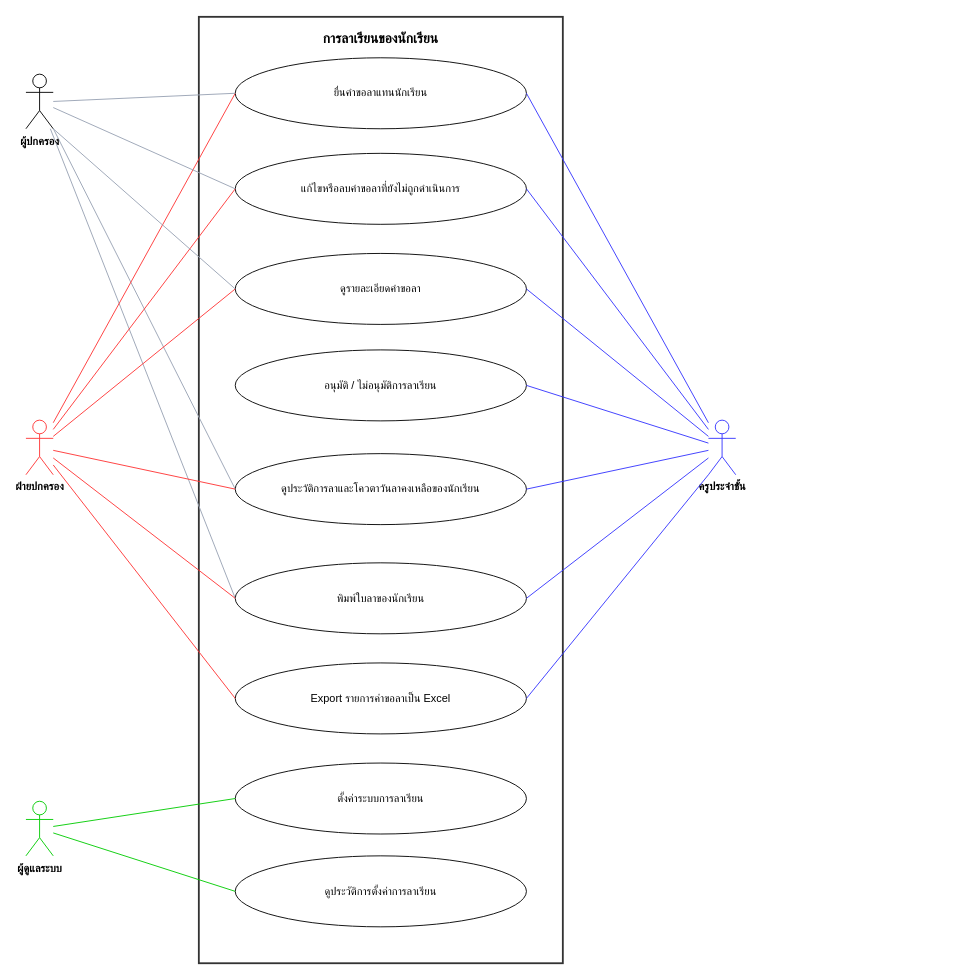
RealTiraqmisu/SchoolDark keeps this draw.io diagram as page "การลาเรียนของนักเรียน" (5 of 6) of uxui-merged/schooldark/usecase.drawio. Above is the earlier version. Source tidied: cells renumbered, new cells numbered last; positions are measured from the earlier drawing's top-left corner, leaving out a move shared by most shapes. Both pictures are drawn from the tidied source at 91%, with x=0, y=0 at pixel (25, 16).
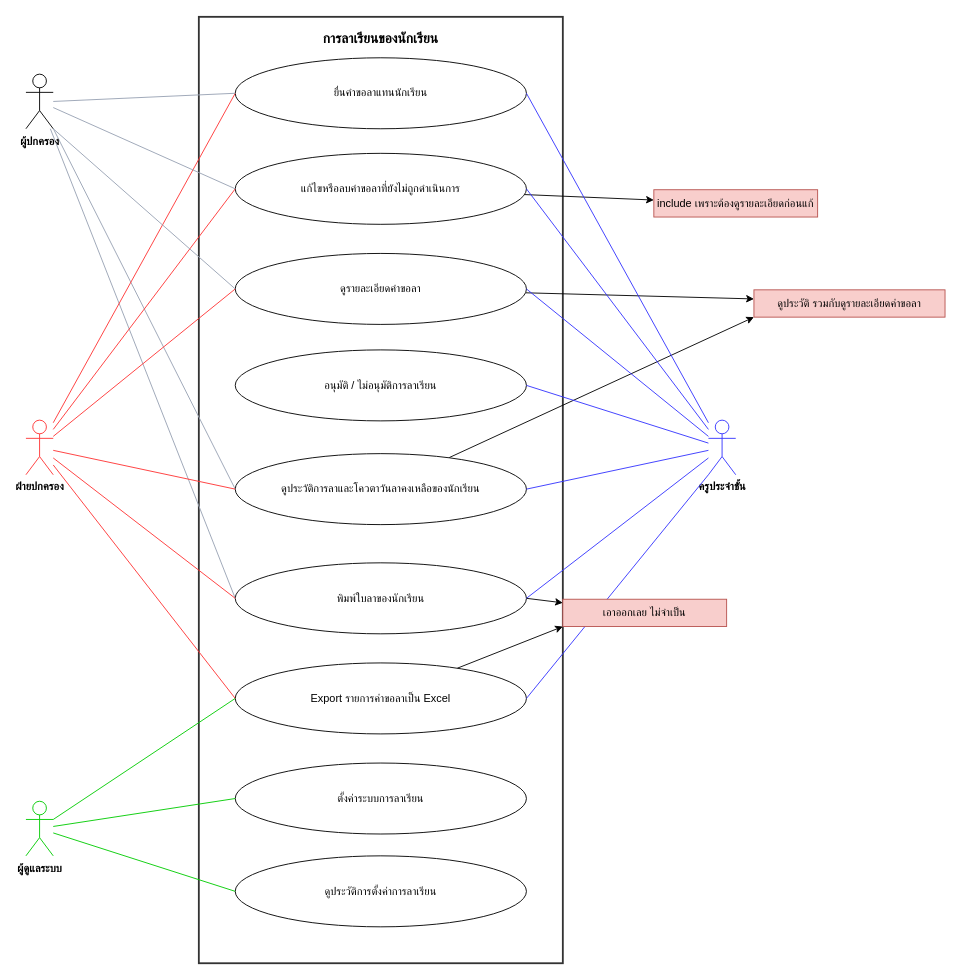
Above is the later version.

The change refers to these unchanged cells:
```xml
<mxCell id="4" value="แก้ไขหรือลบคำขอลาที่ยังไม่ถูกดำเนินการ" style="ellipse;whiteSpace=wrap;html=1;fontSize=12;spacing=10;" parent="1" vertex="1">
  <mxGeometry x="230" y="150" width="320" height="78" as="geometry" />
</mxCell>
<mxCell id="6" value="ดูรายละเอียดคำขอลา" style="ellipse;whiteSpace=wrap;html=1;fontSize=12;spacing=10;" parent="1" vertex="1">
  <mxGeometry x="230" y="260" width="320" height="78" as="geometry" />
</mxCell>
<mxCell id="7" value="ดูประวัติการลาและโควตาวันลาคงเหลือของนักเรียน" style="ellipse;whiteSpace=wrap;html=1;fontSize=12;spacing=10;" parent="1" vertex="1">
  <mxGeometry x="230" y="480" width="320" height="78" as="geometry" />
</mxCell>
<mxCell id="8" value="พิมพ์ใบลาของนักเรียน" style="ellipse;whiteSpace=wrap;html=1;fontSize=12;spacing=10;" parent="1" vertex="1">
  <mxGeometry x="230" y="600" width="320" height="78" as="geometry" />
</mxCell>
<mxCell id="9" value="Export รายการคำขอลาเป็น Excel" style="ellipse;whiteSpace=wrap;html=1;fontSize=12;spacing=10;" parent="1" vertex="1">
  <mxGeometry x="230" y="710" width="320" height="78" as="geometry" />
</mxCell>
<mxCell id="16" value="ผู้ดูแลระบบ" style="shape=umlActor;verticalLabelPosition=bottom;verticalAlign=top;html=1;outlineConnect=0;whiteSpace=nowrap;fontSize=12;fontStyle=1;strokeColor=#00CC00;" parent="1" vertex="1">
  <mxGeometry y="862" width="30" height="60" as="geometry" />
</mxCell>
```

The edit, as a diff of the source:
```diff
@@
+    <mxCell id="36" style="edgeStyle=none;html=1;" parent="1" edge="1" source="4" target="43">
+      <mxGeometry relative="1" as="geometry" />
+    </mxCell>
@@
+    <mxCell id="37" style="edgeStyle=none;html=1;" parent="1" edge="1" source="6">
+      <mxGeometry relative="1" as="geometry">
+        <mxPoint x="800" y="310" as="targetPoint" />
+      </mxGeometry>
+    </mxCell>
@@
+    <mxCell id="38" style="edgeStyle=none;html=1;entryX=0;entryY=1;entryDx=0;entryDy=0;" parent="1" edge="1" source="7" target="44">
+      <mxGeometry relative="1" as="geometry" />
+    </mxCell>
@@
+    <mxCell id="39" style="edgeStyle=none;html=1;exitX=1;exitY=0.5;exitDx=0;exitDy=0;" parent="1" edge="1" source="8" target="42">
+      <mxGeometry relative="1" as="geometry" />
+    </mxCell>
@@
+    <mxCell id="40" style="edgeStyle=none;html=1;entryX=0;entryY=1;entryDx=0;entryDy=0;" parent="1" edge="1" source="9" target="42">
+      <mxGeometry relative="1" as="geometry" />
+    </mxCell>
@@
+    <mxCell id="41" style="endArrow=none;html=1;strokeColor=#00CC00;entryX=0;entryY=0.5;entryDx=0;entryDy=0;exitX=1;exitY=0.3333333333333333;exitDx=0;exitDy=0;exitPerimeter=0;" parent="1" edge="1" source="16" target="9">
+      <mxGeometry relative="1" as="geometry" />
+    </mxCell>
+    <mxCell id="42" value="เอาออกเลย ไม่จำเป็น" style="text;html=1;whiteSpace=wrap;strokeColor=#b85450;fillColor=#f8cecc;align=center;verticalAlign=middle;rounded=0;" parent="1" vertex="1">
+      <mxGeometry x="590" y="640" width="180" height="30" as="geometry" />
+    </mxCell>
+    <mxCell id="43" value="include เพราะต้องดูรายละเอียดก่อนแก้" style="text;html=1;whiteSpace=wrap;strokeColor=#b85450;fillColor=#f8cecc;align=center;verticalAlign=middle;rounded=0;" parent="1" vertex="1">
+      <mxGeometry x="690" y="190" width="180" height="30" as="geometry" />
+    </mxCell>
+    <mxCell id="44" value="ดูประวัติ รวมกับ&lt;span style=&quot;color: rgb(0, 0, 0);&quot;&gt;ดูรายละเอียดคำขอลา&lt;/span&gt;" style="text;html=1;whiteSpace=wrap;strokeColor=#b85450;fillColor=#f8cecc;align=center;verticalAlign=middle;rounded=0;" parent="1" vertex="1">
+      <mxGeometry x="800" y="300" width="210" height="30" as="geometry" />
+    </mxCell>
```
